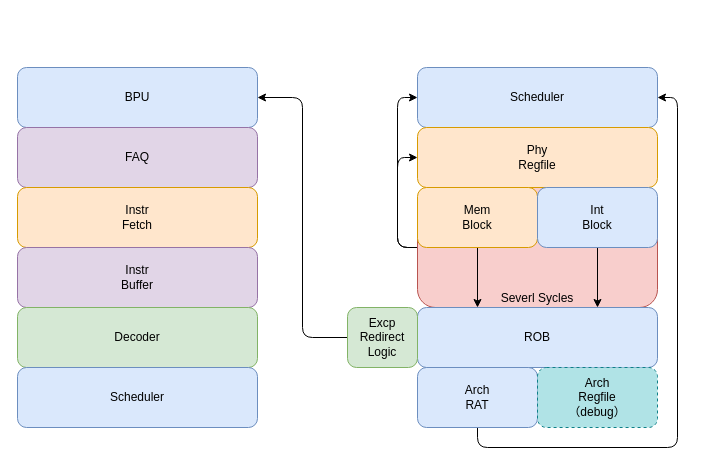
The draw.io diagram assets/整体架构.drawio in ChipArts/Furina, before the edit. Source tidied: cells renumbered, new cells numbered last; positions are measured from the earlier drawing's top-left corner, leaving out a move shared by most shapes. Both pictures are drawn from the tidied source at 100%, with x=0, y=0 at pixel (17, 67).
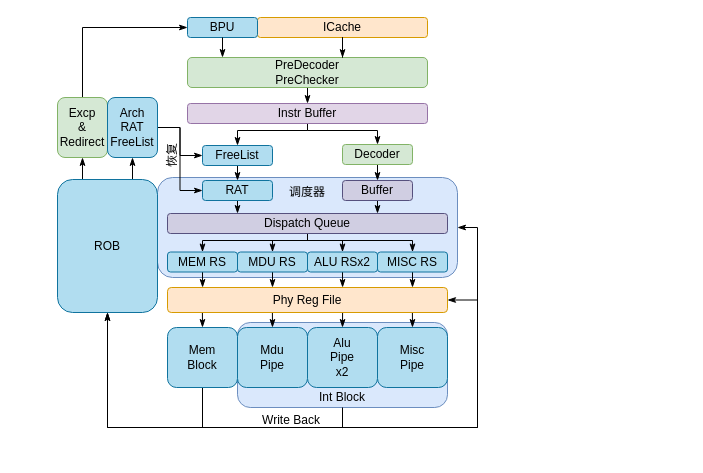
The same page after the edit.

Change to the diagram source:
```diff
@@
-    <mxCell id="2" style="edgeStyle=orthogonalEdgeStyle;rounded=1;jettySize=auto;html=1;exitX=0;exitY=0.5;exitDx=0;exitDy=0;entryX=0;entryY=0.5;entryDx=0;entryDy=0;" parent="1" edge="1" source="4" target="12">
-      <mxGeometry relative="1" as="geometry" />
-    </mxCell>
-    <mxCell id="3" style="edgeStyle=orthogonalEdgeStyle;rounded=1;jettySize=auto;html=1;exitX=0;exitY=0.5;exitDx=0;exitDy=0;entryX=0;entryY=0.5;entryDx=0;entryDy=0;" parent="1" edge="1" source="4" target="11">
-      <mxGeometry relative="1" as="geometry" />
-    </mxCell>
-    <mxCell id="4" value="Severl Sycles" style="rounded=1;whiteSpace=wrap;html=1;fillColor=#f8cecc;strokeColor=#b85450;verticalAlign=bottom;" parent="1" vertex="1">
-      <mxGeometry x="400" y="120" width="240" height="120" as="geometry" />
-    </mxCell>
-    <mxCell id="5" value="BPU" style="rounded=1;whiteSpace=wrap;html=1;fillColor=#dae8fc;strokeColor=#6c8ebf;" parent="1" vertex="1">
-      <mxGeometry width="240" height="60" as="geometry" />
-    </mxCell>
-    <mxCell id="6" value="FAQ" style="rounded=1;whiteSpace=wrap;html=1;fillColor=#e1d5e7;strokeColor=#9673a6;" parent="1" vertex="1">
-      <mxGeometry y="60" width="240" height="60" as="geometry" />
-    </mxCell>
+    <mxCell id="23" style="edgeStyle=orthogonalEdgeStyle;rounded=0;jettySize=auto;html=1;exitX=0.5;exitY=1;exitDx=0;exitDy=0;entryX=0.5;entryY=1;entryDx=0;entryDy=0;endArrow=classicThin;endFill=1;" parent="1" edge="1" source="25" target="17">
+      <mxGeometry relative="1" as="geometry" />
+    </mxCell>
+    <mxCell id="24" style="edgeStyle=orthogonalEdgeStyle;rounded=0;jettySize=auto;html=1;exitX=0.5;exitY=1;exitDx=0;exitDy=0;entryX=1;entryY=0.5;entryDx=0;entryDy=0;endArrow=classicThin;endFill=1;" parent="1" edge="1" source="25" target="10">
+      <mxGeometry relative="1" as="geometry">
+        <Array as="points">
+          <mxPoint x="325" y="360" />
+          <mxPoint x="460" y="360" />
+          <mxPoint x="460" y="160" />
+        </Array>
+      </mxGeometry>
+    </mxCell>
+    <mxCell id="25" style="rounded=1;whiteSpace=wrap;html=1;fillColor=#dae8fc;strokeColor=#6c8ebf;" parent="1" vertex="1">
+      <mxGeometry x="220" y="255" width="210" height="85" as="geometry" />
+    </mxCell>
-    <mxCell id="7" value="Instr&lt;div&gt;Fetch&lt;/div&gt;" style="rounded=1;whiteSpace=wrap;html=1;fillColor=#ffe6cc;strokeColor=#d79b00;" parent="1" vertex="1">
-      <mxGeometry y="120" width="240" height="60" as="geometry" />
+    <mxCell id="7" value="ICache" style="rounded=1;whiteSpace=wrap;html=1;fillColor=#ffe6cc;strokeColor=#d79b00;" parent="1" vertex="1">
+      <mxGeometry x="240" y="-50" width="170" height="20" as="geometry" />
     </mxCell>
+    <mxCell id="26" style="edgeStyle=orthogonalEdgeStyle;rounded=0;jettySize=auto;html=1;exitX=0.5;exitY=1;exitDx=0;exitDy=0;entryX=0.5;entryY=0;entryDx=0;entryDy=0;endArrow=classicThin;endFill=1;" parent="1" edge="1" source="8" target="33">
+      <mxGeometry relative="1" as="geometry" />
+    </mxCell>
-    <mxCell id="8" value="Instr&lt;div&gt;Buffer&lt;/div&gt;" style="rounded=1;whiteSpace=wrap;html=1;fillColor=#e1d5e7;strokeColor=#9673a6;" parent="1" vertex="1">
-      <mxGeometry y="180" width="240" height="60" as="geometry" />
+    <mxCell id="8" value="PreDecoder&lt;div&gt;PreChecker&lt;/div&gt;" style="rounded=1;whiteSpace=wrap;html=1;fillColor=#d5e8d4;strokeColor=#82b366;" parent="1" vertex="1">
+      <mxGeometry x="170" y="-10" width="240" height="30" as="geometry" />
     </mxCell>
+    <mxCell id="10" style="rounded=1;whiteSpace=wrap;html=1;fillColor=#dae8fc;strokeColor=#6c8ebf;" parent="1" vertex="1">
+      <mxGeometry x="140" y="110" width="300" height="100" as="geometry" />
+    </mxCell>
+    <mxCell id="27" style="edgeStyle=orthogonalEdgeStyle;rounded=0;jettySize=auto;html=1;exitX=0.5;exitY=1;exitDx=0;exitDy=0;entryX=0.5;entryY=0;entryDx=0;entryDy=0;endArrow=classicThin;endFill=1;" parent="1" edge="1" source="28" target="30">
+      <mxGeometry relative="1" as="geometry" />
+    </mxCell>
+    <mxCell id="28" value="FreeList" style="rounded=1;whiteSpace=wrap;html=1;fillColor=#b1ddf0;strokeColor=#10739e;" parent="1" vertex="1">
+      <mxGeometry x="185" y="78" width="70" height="20" as="geometry" />
+    </mxCell>
+    <mxCell id="29" style="edgeStyle=orthogonalEdgeStyle;rounded=0;jettySize=auto;html=1;exitX=0.5;exitY=1;exitDx=0;exitDy=0;entryX=0.25;entryY=0;entryDx=0;entryDy=0;endArrow=classicThin;endFill=1;" parent="1" edge="1" source="30" target="44">
+      <mxGeometry relative="1" as="geometry" />
+    </mxCell>
+    <mxCell id="30" value="RAT" style="rounded=1;whiteSpace=wrap;html=1;fillColor=#b1ddf0;strokeColor=#10739e;" parent="1" vertex="1">
+      <mxGeometry x="185" y="113" width="70" height="20" as="geometry" />
+    </mxCell>
+    <mxCell id="31" style="edgeStyle=orthogonalEdgeStyle;rounded=0;jettySize=auto;html=1;exitX=0.5;exitY=1;exitDx=0;exitDy=0;entryX=0.5;entryY=0;entryDx=0;entryDy=0;endArrow=classicThin;endFill=1;" parent="1" edge="1" target="28">
+      <mxGeometry relative="1" as="geometry">
+        <mxPoint x="290" y="52" as="sourcePoint" />
+        <Array as="points">
+          <mxPoint x="290" y="63" />
+          <mxPoint x="220" y="63" />
+        </Array>
+      </mxGeometry>
+    </mxCell>
+    <mxCell id="32" style="edgeStyle=orthogonalEdgeStyle;rounded=0;jettySize=auto;html=1;exitX=0.5;exitY=1;exitDx=0;exitDy=0;entryX=0.5;entryY=0;entryDx=0;entryDy=0;endArrow=classicThin;endFill=1;" parent="1" edge="1" target="9">
+      <mxGeometry relative="1" as="geometry">
+        <mxPoint x="290" y="52" as="sourcePoint" />
+        <Array as="points">
+          <mxPoint x="290" y="63" />
+          <mxPoint x="360" y="63" />
+        </Array>
+      </mxGeometry>
+    </mxCell>
+    <mxCell id="33" value="Instr Buffer" style="rounded=1;whiteSpace=wrap;html=1;fillColor=#e1d5e7;strokeColor=#9673a6;" parent="1" vertex="1">
+      <mxGeometry x="170" y="36" width="240" height="20" as="geometry" />
+    </mxCell>
+    <mxCell id="34" style="edgeStyle=orthogonalEdgeStyle;rounded=0;jettySize=auto;html=1;exitX=0.5;exitY=1;exitDx=0;exitDy=0;endArrow=classicThin;endFill=1;" parent="1" edge="1" source="35">
+      <mxGeometry relative="1" as="geometry">
+        <mxPoint x="185.1" y="220" as="targetPoint" />
+      </mxGeometry>
+    </mxCell>
+    <mxCell id="35" value="MEM RS" style="rounded=1;whiteSpace=wrap;html=1;fillColor=#b1ddf0;strokeColor=#10739e;" parent="1" vertex="1">
+      <mxGeometry x="150" y="184.5" width="70" height="20" as="geometry" />
+    </mxCell>
+    <mxCell id="36" style="edgeStyle=orthogonalEdgeStyle;rounded=0;jettySize=auto;html=1;exitX=0.5;exitY=1;exitDx=0;exitDy=0;endArrow=classicThin;endFill=1;" parent="1" edge="1" source="37">
+      <mxGeometry relative="1" as="geometry">
+        <mxPoint x="255" y="220" as="targetPoint" />
+      </mxGeometry>
+    </mxCell>
+    <mxCell id="37" value="MDU RS" style="rounded=1;whiteSpace=wrap;html=1;fillColor=#b1ddf0;strokeColor=#10739e;" parent="1" vertex="1">
+      <mxGeometry x="220" y="184.5" width="70" height="20" as="geometry" />
+    </mxCell>
+    <mxCell id="38" style="edgeStyle=orthogonalEdgeStyle;rounded=0;jettySize=auto;html=1;exitX=0.5;exitY=1;exitDx=0;exitDy=0;endArrow=classicThin;endFill=1;" parent="1" edge="1" source="39">
+      <mxGeometry relative="1" as="geometry">
+        <mxPoint x="325.1" y="220" as="targetPoint" />
+      </mxGeometry>
+    </mxCell>
+    <mxCell id="39" value="ALU RSx2" style="rounded=1;whiteSpace=wrap;html=1;fillColor=#b1ddf0;strokeColor=#10739e;" parent="1" vertex="1">
+      <mxGeometry x="290" y="184.5" width="70" height="20" as="geometry" />
+    </mxCell>
+    <mxCell id="40" style="edgeStyle=orthogonalEdgeStyle;rounded=0;jettySize=auto;html=1;exitX=0.5;exitY=1;exitDx=0;exitDy=0;entryX=0.5;entryY=0;entryDx=0;entryDy=0;endArrow=classicThin;endFill=1;" parent="1" edge="1" source="44" target="35">
+      <mxGeometry relative="1" as="geometry">
+        <Array as="points">
+          <mxPoint x="290" y="173" />
+          <mxPoint x="185" y="173" />
+        </Array>
+      </mxGeometry>
+    </mxCell>
+    <mxCell id="41" style="edgeStyle=orthogonalEdgeStyle;rounded=0;jettySize=auto;html=1;exitX=0.5;exitY=1;exitDx=0;exitDy=0;entryX=0.5;entryY=0;entryDx=0;entryDy=0;endArrow=classicThin;endFill=1;" parent="1" edge="1" source="44" target="37">
+      <mxGeometry relative="1" as="geometry">
+        <Array as="points">
+          <mxPoint x="290" y="173" />
+          <mxPoint x="255" y="173" />
+        </Array>
+      </mxGeometry>
+    </mxCell>
+    <mxCell id="42" style="edgeStyle=orthogonalEdgeStyle;rounded=0;jettySize=auto;html=1;exitX=0.5;exitY=1;exitDx=0;exitDy=0;endArrow=classicThin;endFill=1;" parent="1" edge="1" source="44" target="39">
+      <mxGeometry relative="1" as="geometry">
+        <Array as="points">
+          <mxPoint x="290" y="173" />
+          <mxPoint x="325" y="173" />
+        </Array>
+      </mxGeometry>
+    </mxCell>
+    <mxCell id="43" style="edgeStyle=orthogonalEdgeStyle;rounded=0;jettySize=auto;html=1;exitX=0.5;exitY=1;exitDx=0;exitDy=0;entryX=0.5;entryY=0;entryDx=0;entryDy=0;endArrow=classicThin;endFill=1;" parent="1" edge="1" source="44" target="46">
+      <mxGeometry relative="1" as="geometry">
+        <Array as="points">
+          <mxPoint x="290" y="173" />
+          <mxPoint x="395" y="173" />
+        </Array>
+      </mxGeometry>
+    </mxCell>
+    <mxCell id="44" value="Dispatch Queue" style="rounded=1;whiteSpace=wrap;html=1;fillColor=#d0cee2;strokeColor=#56517e;" parent="1" vertex="1">
+      <mxGeometry x="150" y="146" width="280" height="20" as="geometry" />
+    </mxCell>
+    <mxCell id="45" style="edgeStyle=orthogonalEdgeStyle;rounded=0;jettySize=auto;html=1;exitX=0.5;exitY=1;exitDx=0;exitDy=0;endArrow=classicThin;endFill=1;" parent="1" edge="1" source="46">
+      <mxGeometry relative="1" as="geometry">
+        <mxPoint x="395" y="220" as="targetPoint" />
+      </mxGeometry>
+    </mxCell>
+    <mxCell id="46" value="MISC RS" style="rounded=1;whiteSpace=wrap;html=1;fillColor=#b1ddf0;strokeColor=#10739e;" parent="1" vertex="1">
+      <mxGeometry x="360" y="184.5" width="70" height="20" as="geometry" />
+    </mxCell>
+    <mxCell id="47" style="edgeStyle=orthogonalEdgeStyle;rounded=0;jettySize=auto;html=1;exitX=0.5;exitY=1;exitDx=0;exitDy=0;entryX=0.75;entryY=0;entryDx=0;entryDy=0;endArrow=classicThin;endFill=1;" parent="1" edge="1" source="48" target="44">
+      <mxGeometry relative="1" as="geometry" />
+    </mxCell>
+    <mxCell id="48" value="Buffer" style="rounded=1;whiteSpace=wrap;html=1;fillColor=#d0cee2;strokeColor=#56517e;" parent="1" vertex="1">
+      <mxGeometry x="325" y="113" width="70" height="20" as="geometry" />
+    </mxCell>
+    <mxCell id="49" style="edgeStyle=orthogonalEdgeStyle;rounded=0;jettySize=auto;html=1;exitX=0.5;exitY=1;exitDx=0;exitDy=0;entryX=0.5;entryY=0;entryDx=0;entryDy=0;endArrow=classicThin;endFill=1;" parent="1" edge="1" source="9" target="48">
+      <mxGeometry relative="1" as="geometry" />
+    </mxCell>
     <mxCell id="9" value="Decoder" style="rounded=1;whiteSpace=wrap;html=1;fillColor=#d5e8d4;strokeColor=#82b366;" parent="1" vertex="1">
-      <mxGeometry y="240" width="240" height="60" as="geometry" />
+      <mxGeometry x="325" y="77" width="70" height="20" as="geometry" />
     </mxCell>
-    <mxCell id="10" value="Scheduler" style="rounded=1;whiteSpace=wrap;html=1;fillColor=#dae8fc;strokeColor=#6c8ebf;" parent="1" vertex="1">
-      <mxGeometry y="300" width="240" height="60" as="geometry" />
-    </mxCell>
-    <mxCell id="11" value="Scheduler" style="rounded=1;whiteSpace=wrap;html=1;fillColor=#dae8fc;strokeColor=#6c8ebf;" parent="1" vertex="1">
-      <mxGeometry x="400" width="240" height="60" as="geometry" />
-    </mxCell>
-    <mxCell id="12" value="&lt;div&gt;Phy&lt;/div&gt;Regfile" style="rounded=1;whiteSpace=wrap;html=1;fillColor=#ffe6cc;strokeColor=#d79b00;" parent="1" vertex="1">
-      <mxGeometry x="400" y="60" width="240" height="60" as="geometry" />
-    </mxCell>
+    <mxCell id="50" style="edgeStyle=orthogonalEdgeStyle;rounded=0;jettySize=auto;html=1;exitX=0.5;exitY=0;exitDx=0;exitDy=0;startArrow=classicThin;startFill=1;endArrow=none;endFill=0;" parent="1" edge="1" source="14">
+      <mxGeometry relative="1" as="geometry">
+        <mxPoint x="184.9" y="245" as="targetPoint" />
+      </mxGeometry>
+    </mxCell>
-    <mxCell id="13" style="edgeStyle=orthogonalEdgeStyle;rounded=1;jettySize=auto;html=1;exitX=0.5;exitY=1;exitDx=0;exitDy=0;entryX=0.25;entryY=0;entryDx=0;entryDy=0;" parent="1" edge="1" source="14" target="17">
-      <mxGeometry relative="1" as="geometry" />
+    <mxCell id="13" style="edgeStyle=orthogonalEdgeStyle;rounded=0;jettySize=auto;html=1;exitX=0.5;exitY=1;exitDx=0;exitDy=0;entryX=0.5;entryY=1;entryDx=0;entryDy=0;endArrow=classicThin;endFill=1;" parent="1" edge="1" source="14" target="17">
+      <mxGeometry relative="1" as="geometry">
+        <Array as="points">
+          <mxPoint x="185" y="360" />
+          <mxPoint x="90" y="360" />
+        </Array>
+      </mxGeometry>
     </mxCell>
-    <mxCell id="14" value="Mem&lt;div&gt;Block&lt;/div&gt;" style="rounded=1;whiteSpace=wrap;html=1;fillColor=#ffe6cc;strokeColor=#d79b00;" parent="1" vertex="1">
-      <mxGeometry x="400" y="120" width="120" height="60" as="geometry" />
+    <mxCell id="14" value="Mem&lt;div&gt;Block&lt;/div&gt;" style="rounded=1;whiteSpace=wrap;html=1;fillColor=#b1ddf0;strokeColor=#10739e;" parent="1" vertex="1">
+      <mxGeometry x="150" y="260" width="70" height="60" as="geometry" />
     </mxCell>
-    <mxCell id="15" style="edgeStyle=orthogonalEdgeStyle;rounded=1;jettySize=auto;html=1;exitX=0.5;exitY=1;exitDx=0;exitDy=0;entryX=0.75;entryY=0;entryDx=0;entryDy=0;" parent="1" edge="1" source="16" target="17">
-      <mxGeometry relative="1" as="geometry" />
-    </mxCell>
+    <mxCell id="51" style="edgeStyle=orthogonalEdgeStyle;rounded=0;jettySize=auto;html=1;exitX=0.5;exitY=0;exitDx=0;exitDy=0;startArrow=classicThin;startFill=1;endArrow=none;endFill=0;" parent="1" edge="1" source="52">
+      <mxGeometry relative="1" as="geometry">
+        <mxPoint x="254.9" y="245" as="targetPoint" />
+      </mxGeometry>
+    </mxCell>
+    <mxCell id="52" value="Mdu&lt;div&gt;Pipe&lt;/div&gt;" style="rounded=1;whiteSpace=wrap;html=1;fillColor=#b1ddf0;strokeColor=#10739e;" parent="1" vertex="1">
+      <mxGeometry x="220" y="260" width="70" height="60" as="geometry" />
+    </mxCell>
+    <mxCell id="53" style="edgeStyle=orthogonalEdgeStyle;rounded=0;jettySize=auto;html=1;exitX=0.5;exitY=0;exitDx=0;exitDy=0;startArrow=classicThin;startFill=1;endArrow=none;endFill=0;" parent="1" edge="1" source="54">
+      <mxGeometry relative="1" as="geometry">
+        <mxPoint x="325.1" y="245" as="targetPoint" />
+      </mxGeometry>
+    </mxCell>
+    <mxCell id="54" value="Alu&lt;div&gt;Pipe&lt;/div&gt;&lt;div&gt;x2&lt;/div&gt;" style="rounded=1;whiteSpace=wrap;html=1;fillColor=#b1ddf0;strokeColor=#10739e;" parent="1" vertex="1">
+      <mxGeometry x="290" y="260" width="70" height="60" as="geometry" />
+    </mxCell>
+    <mxCell id="55" style="edgeStyle=orthogonalEdgeStyle;rounded=0;jettySize=auto;html=1;exitX=0.5;exitY=0;exitDx=0;exitDy=0;startArrow=classicThin;startFill=1;endArrow=none;endFill=0;" parent="1" edge="1" source="56">
+      <mxGeometry relative="1" as="geometry">
+        <mxPoint x="394.9" y="245" as="targetPoint" />
+      </mxGeometry>
+    </mxCell>
+    <mxCell id="56" value="Misc&lt;div&gt;Pipe&lt;/div&gt;" style="rounded=1;whiteSpace=wrap;html=1;fillColor=#b1ddf0;strokeColor=#10739e;" parent="1" vertex="1">
+      <mxGeometry x="360" y="260" width="70" height="60" as="geometry" />
+    </mxCell>
+    <mxCell id="57" value="Phy Reg File" style="rounded=1;whiteSpace=wrap;html=1;fillColor=#ffe6cc;strokeColor=#d79b00;points=[[0,0,0,0,0],[0,0.25,0,0,0],[0,0.5,0,0,0],[0,0.75,0,0,0],[0,1,0,0,0],[0.2,0,0,0,0],[0.4,0.05,0,0,0],[0.6,0,0,0,0],[0.8,0,0,0,0],[1,0,0,0,0],[1,0.25,0,0,0],[1,0.5,0,0,0],[1,0.75,0,0,0],[1,1,0,0,0]];" parent="1" vertex="1">
+      <mxGeometry x="150" y="220" width="280" height="25" as="geometry" />
+    </mxCell>
+    <mxCell id="58" style="edgeStyle=orthogonalEdgeStyle;rounded=0;jettySize=auto;html=1;exitX=0.75;exitY=0;exitDx=0;exitDy=0;entryX=0.5;entryY=1;entryDx=0;entryDy=0;endArrow=classicThin;endFill=1;" parent="1" edge="1" source="17" target="70">
+      <mxGeometry relative="1" as="geometry" />
+    </mxCell>
+    <mxCell id="59" style="edgeStyle=orthogonalEdgeStyle;rounded=0;jettySize=auto;html=1;exitX=0.25;exitY=0;exitDx=0;exitDy=0;entryX=0.5;entryY=1;entryDx=0;entryDy=0;endArrow=classicThin;endFill=1;" parent="1" edge="1" source="17" target="68">
+      <mxGeometry relative="1" as="geometry" />
+    </mxCell>
+    <mxCell id="17" value="ROB" style="rounded=1;whiteSpace=wrap;html=1;rotation=0;fillColor=#b1ddf0;strokeColor=#10739e;" parent="1" vertex="1">
+      <mxGeometry x="40" y="112" width="100" height="133" as="geometry" />
+    </mxCell>
+    <mxCell id="5" value="BPU" style="rounded=1;whiteSpace=wrap;html=1;fillColor=#b1ddf0;strokeColor=#10739e;" parent="1" vertex="1">
+      <mxGeometry x="170" y="-50" width="70" height="20" as="geometry" />
+    </mxCell>
+    <mxCell id="60" style="edgeStyle=orthogonalEdgeStyle;rounded=0;jettySize=auto;html=1;entryX=0.143;entryY=0.016;entryDx=0;entryDy=0;entryPerimeter=0;endArrow=classicThin;endFill=1;" parent="1" edge="1" source="5" target="8">
+      <mxGeometry relative="1" as="geometry" />
+    </mxCell>
+    <mxCell id="61" style="edgeStyle=orthogonalEdgeStyle;rounded=0;jettySize=auto;html=1;entryX=0.646;entryY=0.004;entryDx=0;entryDy=0;entryPerimeter=0;endArrow=classicThin;endFill=1;" parent="1" edge="1" source="7" target="8">
+      <mxGeometry relative="1" as="geometry" />
+    </mxCell>
-    <mxCell id="16" value="Int&lt;div&gt;Block&lt;/div&gt;" style="rounded=1;whiteSpace=wrap;html=1;fillColor=#dae8fc;strokeColor=#6c8ebf;" parent="1" vertex="1">
-      <mxGeometry x="520" y="120" width="120" height="60" as="geometry" />
+    <mxCell id="16" value="Int Block" style="text;html=1;align=center;verticalAlign=middle;whiteSpace=wrap;rounded=0;" parent="1" vertex="1">
+      <mxGeometry x="295" y="315" width="60" height="30" as="geometry" />
     </mxCell>
-    <mxCell id="17" value="ROB" style="rounded=1;whiteSpace=wrap;html=1;fillColor=#dae8fc;strokeColor=#6c8ebf;" parent="1" vertex="1">
-      <mxGeometry x="400" y="240" width="240" height="60" as="geometry" />
-    </mxCell>
-    <mxCell id="18" style="edgeStyle=orthogonalEdgeStyle;rounded=1;jettySize=auto;html=1;exitX=0;exitY=0.5;exitDx=0;exitDy=0;entryX=1;entryY=0.5;entryDx=0;entryDy=0;" parent="1" edge="1" source="19" target="5">
-      <mxGeometry relative="1" as="geometry" />
-    </mxCell>
-    <mxCell id="19" value="Excp&lt;div&gt;Redirect&lt;br&gt;&lt;div&gt;Logic&lt;/div&gt;&lt;/div&gt;" style="rounded=1;whiteSpace=wrap;html=1;fillColor=#d5e8d4;strokeColor=#82b366;" parent="1" vertex="1">
-      <mxGeometry x="330" y="240" width="70" height="60" as="geometry" />
-    </mxCell>
-    <mxCell id="20" style="edgeStyle=orthogonalEdgeStyle;rounded=1;jettySize=auto;html=1;exitX=0.5;exitY=1;exitDx=0;exitDy=0;entryX=1;entryY=0.5;entryDx=0;entryDy=0;" parent="1" edge="1" source="21" target="11">
-      <mxGeometry relative="1" as="geometry" />
-    </mxCell>
-    <mxCell id="21" value="Arch&lt;div&gt;RAT&lt;/div&gt;" style="rounded=1;whiteSpace=wrap;html=1;fillColor=#dae8fc;strokeColor=#6c8ebf;" parent="1" vertex="1">
-      <mxGeometry x="400" y="300" width="120" height="60" as="geometry" />
-    </mxCell>
-    <mxCell id="22" value="Arch&lt;div&gt;Regfile&lt;/div&gt;&lt;div&gt;（debug）&lt;/div&gt;" style="rounded=1;whiteSpace=wrap;html=1;fillColor=#b0e3e6;strokeColor=#0e8088;dashed=1;" parent="1" vertex="1">
-      <mxGeometry x="520" y="300" width="120" height="60" as="geometry" />
-    </mxCell>
+    <mxCell id="62" style="edgeStyle=orthogonalEdgeStyle;rounded=0;jettySize=auto;html=1;entryX=1;entryY=0.5;entryDx=0;entryDy=0;entryPerimeter=0;endArrow=classicThin;endFill=1;" parent="1" edge="1" source="25" target="57">
+      <mxGeometry relative="1" as="geometry">
+        <Array as="points">
+          <mxPoint x="325" y="360" />
+          <mxPoint x="460" y="360" />
+          <mxPoint x="460" y="233" />
+        </Array>
+      </mxGeometry>
+    </mxCell>
+    <mxCell id="63" value="Write Back" style="text;html=1;align=center;verticalAlign=middle;whiteSpace=wrap;rounded=0;" parent="1" vertex="1">
+      <mxGeometry x="244" y="338" width="60" height="30" as="geometry" />
+    </mxCell>
+    <mxCell id="64" style="edgeStyle=orthogonalEdgeStyle;rounded=0;jettySize=auto;html=1;exitX=1;exitY=0.5;exitDx=0;exitDy=0;endArrow=classicThin;endFill=1;" parent="1" edge="1" source="70" target="28">
+      <mxGeometry relative="1" as="geometry" />
+    </mxCell>
+    <mxCell id="65" style="edgeStyle=orthogonalEdgeStyle;rounded=0;jettySize=auto;html=1;exitX=1;exitY=0.5;exitDx=0;exitDy=0;" parent="1" edge="1" source="70">
+      <mxGeometry relative="1" as="geometry">
+        <mxPoint x="140.1" y="60" as="targetPoint" />
+      </mxGeometry>
+    </mxCell>
+    <mxCell id="66" style="edgeStyle=orthogonalEdgeStyle;rounded=0;jettySize=auto;html=1;exitX=1;exitY=0.5;exitDx=0;exitDy=0;entryX=0;entryY=0.5;entryDx=0;entryDy=0;endArrow=classicThin;endFill=1;" parent="1" edge="1" source="70" target="30">
+      <mxGeometry relative="1" as="geometry" />
+    </mxCell>
+    <mxCell id="67" style="edgeStyle=orthogonalEdgeStyle;rounded=0;jettySize=auto;html=1;exitX=0.5;exitY=0;exitDx=0;exitDy=0;entryX=0;entryY=0.5;entryDx=0;entryDy=0;endArrow=classicThin;endFill=1;" parent="1" edge="1" source="68" target="5">
+      <mxGeometry relative="1" as="geometry" />
+    </mxCell>
+    <mxCell id="68" value="Excp&lt;div&gt;&amp;amp;&lt;/div&gt;&lt;div&gt;Redirect&lt;/div&gt;" style="rounded=1;whiteSpace=wrap;html=1;fillColor=#d5e8d4;strokeColor=#82b366;" parent="1" vertex="1">
+      <mxGeometry x="40" y="30" width="50" height="60" as="geometry" />
+    </mxCell>
+    <mxCell id="69" value="恢复" style="text;html=1;align=center;verticalAlign=middle;whiteSpace=wrap;rounded=0;rotation=-90;" parent="1" vertex="1">
+      <mxGeometry x="125" y="73" width="60" height="30" as="geometry" />
+    </mxCell>
+    <mxCell id="70" value="Arch&lt;div&gt;RAT&lt;/div&gt;&lt;div&gt;FreeList&lt;/div&gt;" style="rounded=1;whiteSpace=wrap;html=1;fillColor=#b1ddf0;strokeColor=#10739e;" parent="1" vertex="1">
+      <mxGeometry x="90" y="30" width="50" height="60" as="geometry" />
+    </mxCell>
+    <mxCell id="71" value="调度器" style="text;html=1;align=center;verticalAlign=middle;whiteSpace=wrap;rounded=0;" parent="1" vertex="1">
+      <mxGeometry x="260" y="110" width="60" height="30" as="geometry" />
+    </mxCell>
```
